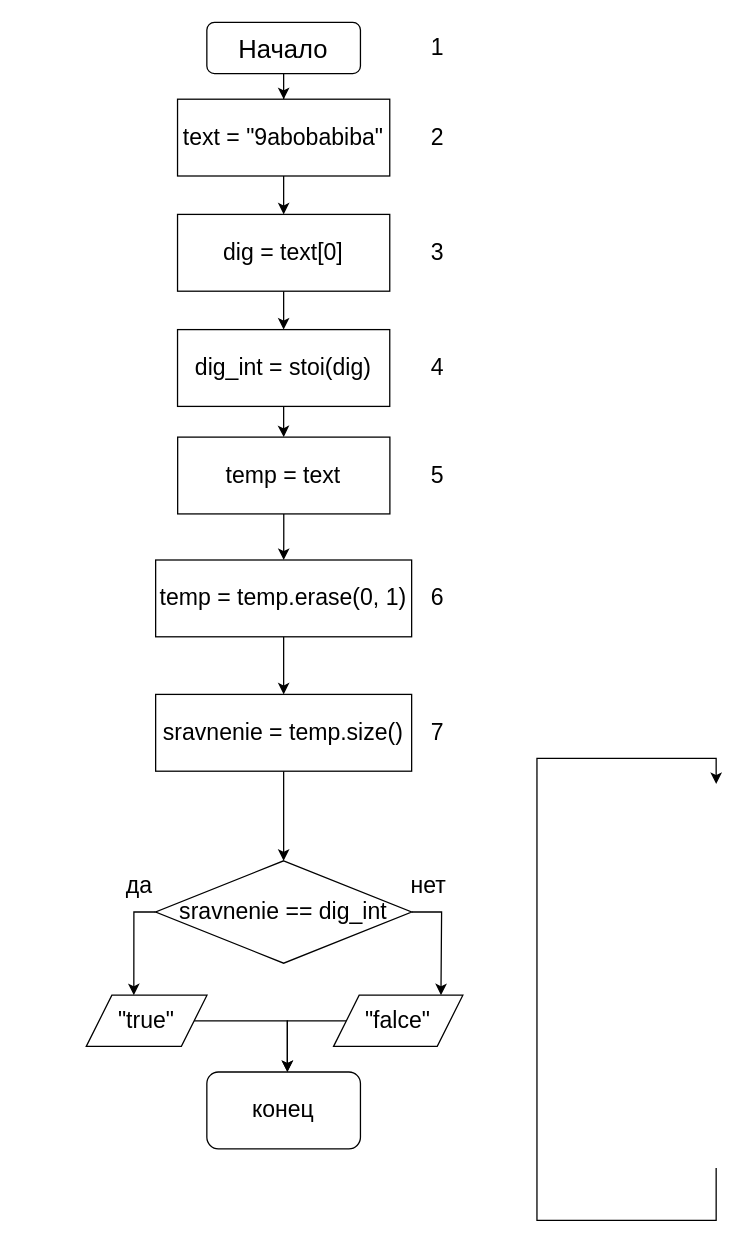
The draw.io diagram 8/8.2.drawio in klep1koff/lifeishard, before the edit. Source tidied: cells renumbered, new cells numbered last; positions are measured from the earlier drawing's top-left corner, leaving out a move shared by most shapes. Both pictures are drawn from the tidied source at 128%, with x=0, y=0 at pixel (86, 22).
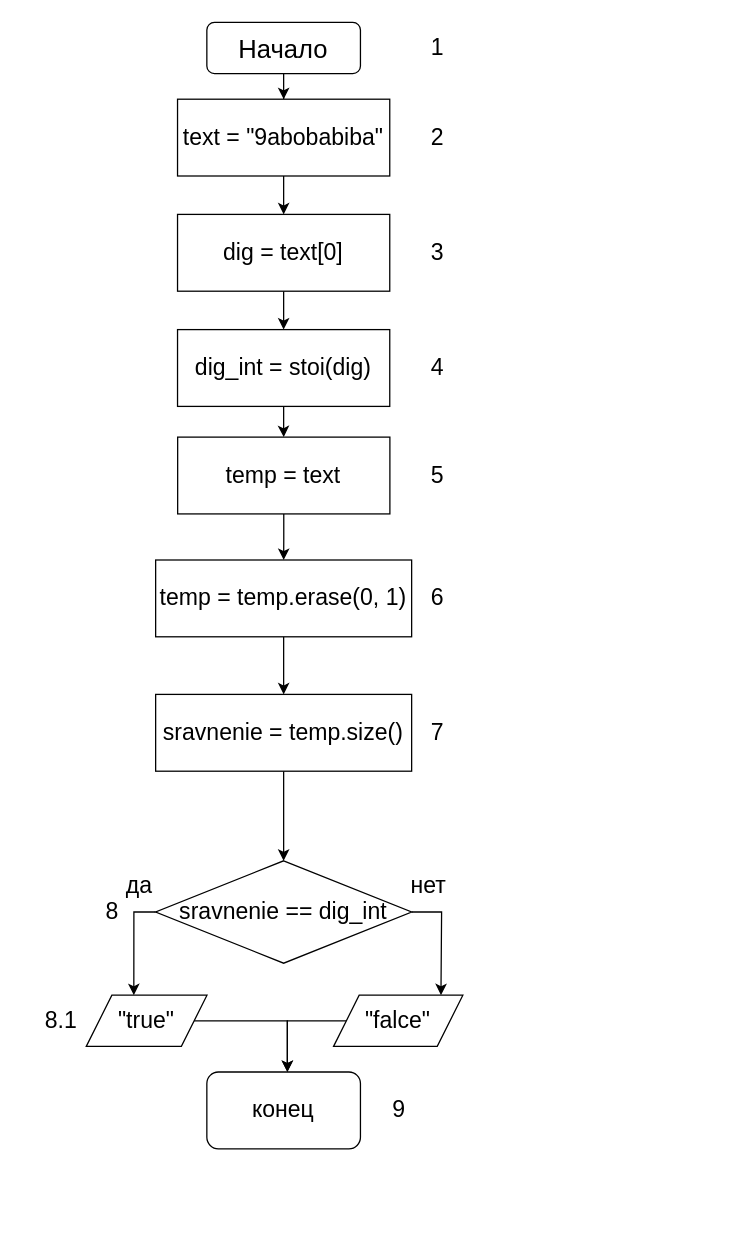
After the change.

The edit, as a diff of the source:
```diff
@@
-    <mxCell id="4" style="edgeStyle=orthogonalEdgeStyle;rounded=0;orthogonalLoop=1;jettySize=auto;html=1;" parent="1" edge="1">
-      <mxGeometry relative="1" as="geometry">
-        <mxPoint x="492" y="895" as="sourcePoint" />
-        <mxPoint x="492" y="595" as="targetPoint" />
-        <Array as="points">
-          <mxPoint x="492" y="936" />
-          <mxPoint x="352" y="936" />
-          <mxPoint x="352" y="575" />
-          <mxPoint x="492" y="575" />
-        </Array>
-      </mxGeometry>
-    </mxCell>
@@
+    <mxCell id="34" value="8" style="text;html=1;align=center;verticalAlign=middle;strokeColor=none;fillColor=none;fontSize=18;" parent="1" vertex="1">
+      <mxGeometry x="-0.1" y="675" width="40" height="40" as="geometry" />
+    </mxCell>
+    <mxCell id="35" value="8.1" style="text;html=1;align=center;verticalAlign=middle;strokeColor=none;fillColor=none;fontSize=18;" parent="1" vertex="1">
+      <mxGeometry x="-50.1" y="760" width="60" height="40" as="geometry" />
+    </mxCell>
+    <mxCell id="36" value="9" style="text;html=1;align=center;verticalAlign=middle;strokeColor=none;fillColor=none;fontSize=18;" parent="1" vertex="1">
+      <mxGeometry x="223.6" y="830" width="40" height="40" as="geometry" />
+    </mxCell>
```
